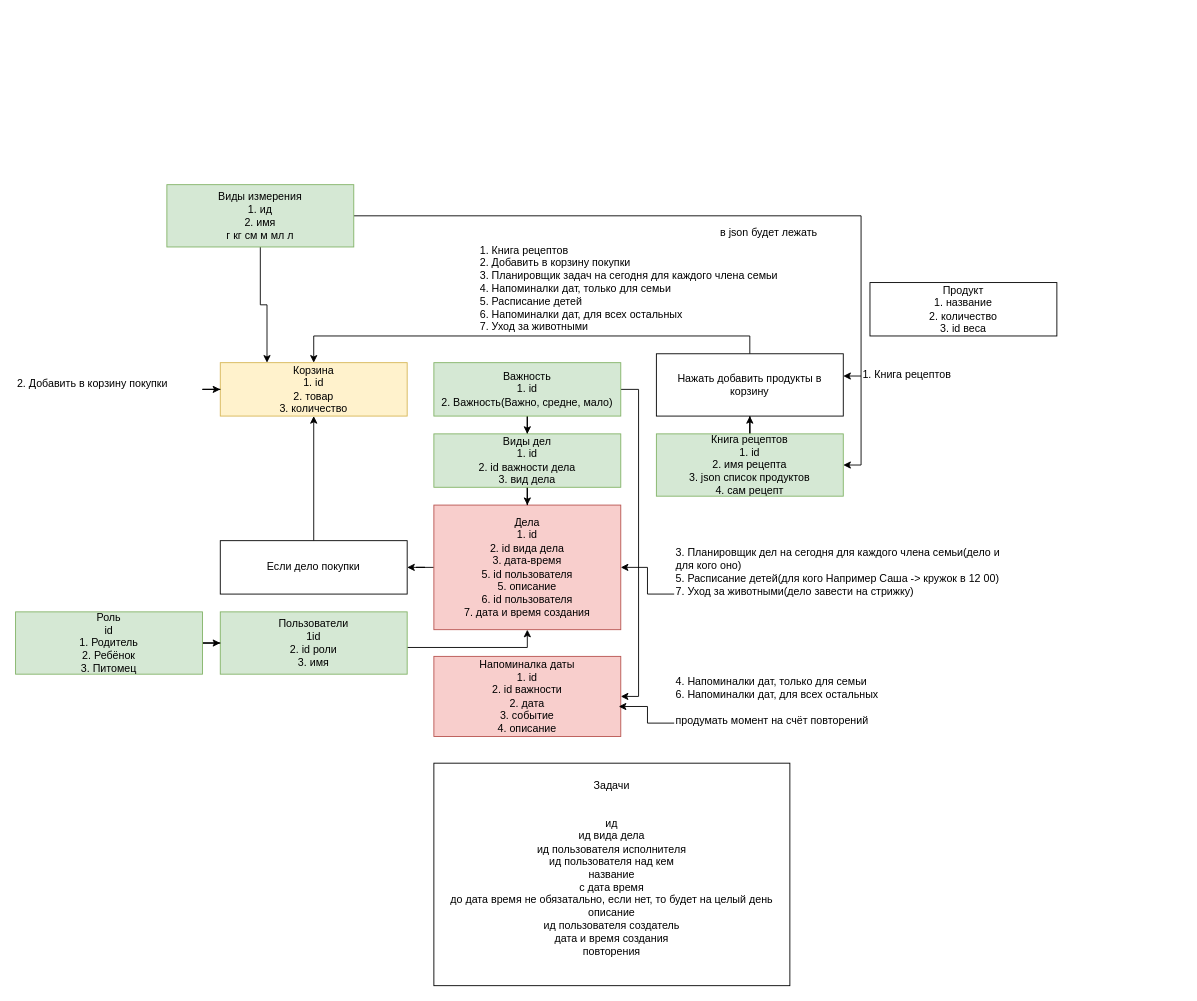
This is src/main/resources/temp/бд дп.drawio from ilya-figa/FamilyAssistantRest, a draw.io file, before an edit. Source tidied: cells renumbered, new cells numbered last; positions are measured from the earlier drawing's top-left corner, leaving out a move shared by most shapes. Both pictures are drawn from the tidied source at 89%, with x=0, y=0 at pixel (15, 184).
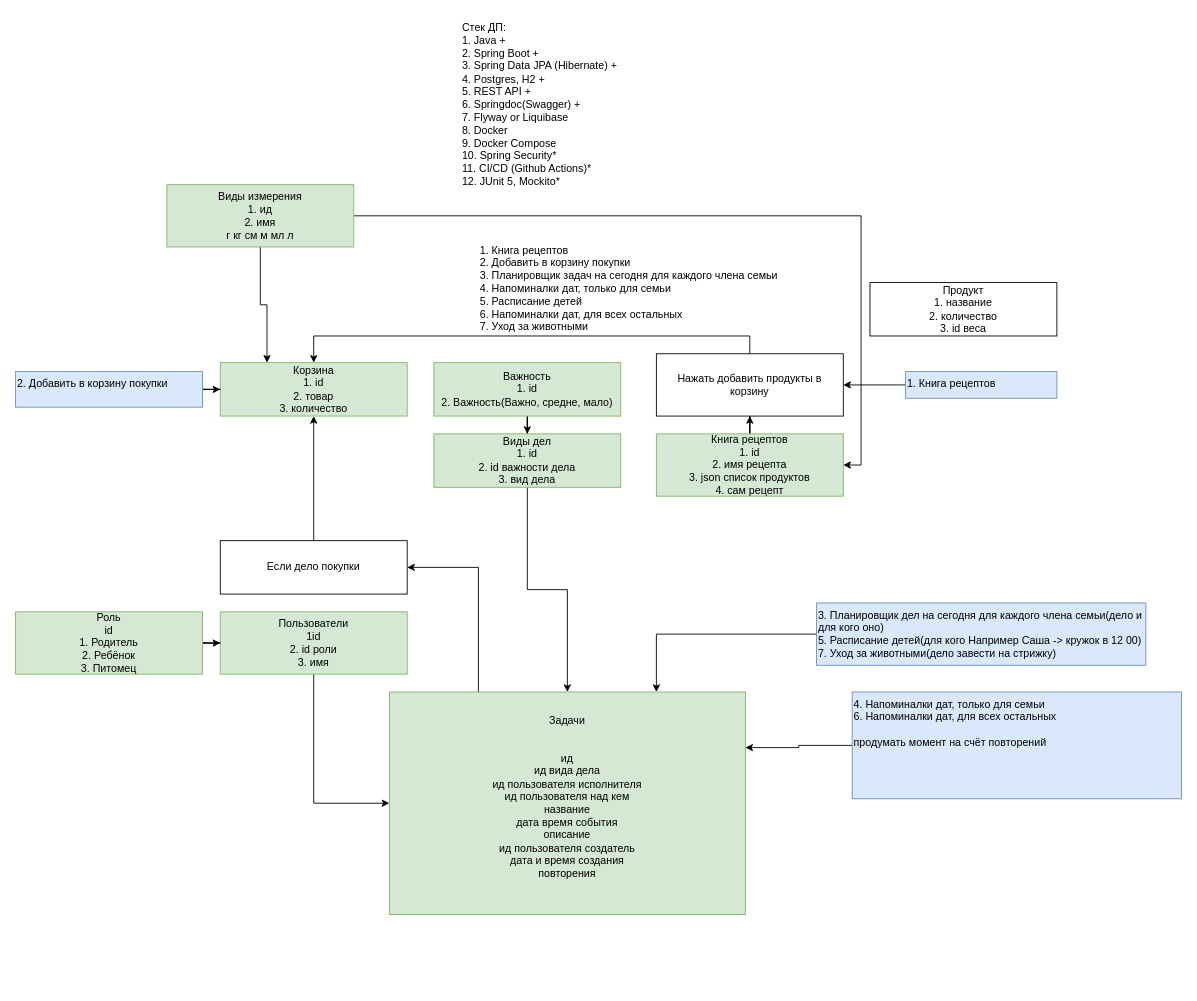
The same page after the edit.

The change refers to these unchanged cells:
```xml
<mxCell id="6" value="Важность&lt;div&gt;1. id&lt;br&gt;2. Важность(Важно, средне, мало)&lt;/div&gt;" style="rounded=0;whiteSpace=wrap;html=1;fillColor=#d5e8d4;strokeColor=#82b366;" parent="1" vertex="1">
  <mxGeometry x="470" y="200" width="210" height="60" as="geometry" />
</mxCell>
<mxCell id="8" value="Виды дел&lt;div&gt;1. id&lt;/div&gt;&lt;div&gt;2. id важности дела&lt;/div&gt;&lt;div&gt;3. вид дела&lt;/div&gt;" style="rounded=0;whiteSpace=wrap;html=1;fillColor=#d5e8d4;strokeColor=#82b366;" parent="1" vertex="1">
  <mxGeometry x="470" y="280" width="210" height="60" as="geometry" />
</mxCell>
<mxCell id="14" value="Если дело покупки" style="rounded=0;whiteSpace=wrap;html=1;" parent="1" vertex="1">
  <mxGeometry x="230" y="400" width="210" height="60" as="geometry" />
</mxCell>
<mxCell id="27" value="Пользователи&lt;div&gt;1id&lt;/div&gt;&lt;div&gt;2. id роли&lt;br&gt;3. имя&lt;/div&gt;" style="rounded=0;whiteSpace=wrap;html=1;fillColor=#d5e8d4;strokeColor=#82b366;" parent="1" vertex="1">
  <mxGeometry x="230" y="480" width="210" height="70" as="geometry" />
</mxCell>
```

Diff of the diagram source:
```diff
@@
-    <mxCell id="2" style="edgeStyle=orthogonalEdgeStyle;rounded=0;jettySize=auto;html=1;entryX=1;entryY=0.5;entryDx=0;entryDy=0;" parent="1" edge="1" source="3" target="14">
+    <mxCell id="2" style="edgeStyle=orthogonalEdgeStyle;rounded=0;jettySize=auto;html=1;entryX=1;entryY=0.5;entryDx=0;entryDy=0;exitX=0.25;exitY=0;exitDx=0;exitDy=0;" parent="1" edge="1" source="35" target="14">
       <mxGeometry relative="1" as="geometry" />
     </mxCell>
-    <mxCell id="3" value="Дела&lt;div&gt;1. id&lt;/div&gt;&lt;div&gt;2. id вида дела&lt;/div&gt;&lt;div&gt;3. дата-время&lt;/div&gt;&lt;div&gt;5. id пользователя&lt;/div&gt;&lt;div&gt;5. описание&lt;/div&gt;&lt;div&gt;6. id пользователя&lt;/div&gt;&lt;div&gt;7. дата и время создания&lt;/div&gt;" style="rounded=0;whiteSpace=wrap;html=1;fillColor=#f8cecc;strokeColor=#b85450;" parent="1" vertex="1">
-      <mxGeometry x="470" y="360" width="210" height="140" as="geometry" />
-    </mxCell>
@@
-    <mxCell id="5" style="edgeStyle=orthogonalEdgeStyle;rounded=0;jettySize=auto;html=1;entryX=1;entryY=0.5;entryDx=0;entryDy=0;" parent="1" edge="1" source="6" target="17">
-      <mxGeometry relative="1" as="geometry">
-        <Array as="points">
-          <mxPoint x="700" y="230" />
-          <mxPoint x="700" y="575" />
-        </Array>
-      </mxGeometry>
-    </mxCell>
@@
-    <mxCell id="7" style="edgeStyle=orthogonalEdgeStyle;rounded=0;jettySize=auto;html=1;entryX=0.5;entryY=0;entryDx=0;entryDy=0;" parent="1" edge="1" source="8" target="3">
+    <mxCell id="7" style="edgeStyle=orthogonalEdgeStyle;rounded=0;jettySize=auto;html=1;" parent="1" edge="1" source="8" target="35">
       <mxGeometry relative="1" as="geometry" />
     </mxCell>
@@
-    <mxCell id="9" value="1. Книга рецептов&#10;2. Добавить в корзину покупки&#10;3. Планировщик задач на сегодня для каждого члена семьи&#10;4. Напоминалки дат, только для семьи&#10;5. Расписание детей&#10;6. Напоминалки дат, для всех остальных&#10;7. Уход за животными" style="text;whiteSpace=wrap;" parent="1" vertex="1">
+    <mxCell id="9" value="1. Книга рецептов&#10;2. Добавить в корзину покупки&#10;3. Планировщик задач на сегодня для каждого члена семьи&#10;4. Напоминалки дат, только для семьи&#10;5. Расписание детей&#10;6. Напоминалки дат, для всех остальных&#10;7. Уход за животными" style="text;whiteSpace=wrap;labelBackgroundColor=none;fontColor=light-dark(#000000,#EDEDED);" parent="1" vertex="1">
       <mxGeometry x="520" y="60" width="370" height="120" as="geometry" />
     </mxCell>
@@
-    <mxCell id="12" value="Корзина&lt;div&gt;1. id&lt;/div&gt;&lt;div&gt;2. товар&lt;/div&gt;&lt;div&gt;3. количество&lt;/div&gt;" style="rounded=0;whiteSpace=wrap;html=1;fillColor=#fff2cc;strokeColor=#d6b656;" parent="1" vertex="1">
+    <mxCell id="12" value="Корзина&lt;div&gt;1. id&lt;/div&gt;&lt;div&gt;2. товар&lt;/div&gt;&lt;div&gt;3. количество&lt;/div&gt;" style="rounded=0;whiteSpace=wrap;html=1;fillColor=#d5e8d4;strokeColor=#82b366;" parent="1" vertex="1">
       <mxGeometry x="230" y="200" width="210" height="60" as="geometry" />
     </mxCell>
@@
-    <mxCell id="17" value="Напоминалка даты&lt;br&gt;1. id&lt;div&gt;2. id важности&lt;/div&gt;&lt;div&gt;&lt;div&gt;2. дата&lt;/div&gt;&lt;div&gt;3. событие&lt;/div&gt;&lt;div&gt;4. описание&lt;/div&gt;&lt;/div&gt;" style="rounded=0;whiteSpace=wrap;html=1;fillColor=#f8cecc;strokeColor=#b85450;" parent="1" vertex="1">
-      <mxGeometry x="470" y="530" width="210" height="90" as="geometry" />
-    </mxCell>
-    <mxCell id="18" style="edgeStyle=orthogonalEdgeStyle;rounded=0;jettySize=auto;html=1;entryX=1;entryY=0.5;entryDx=0;entryDy=0;" parent="1" edge="1" source="19" target="3">
-      <mxGeometry relative="1" as="geometry" />
-    </mxCell>
+    <mxCell id="36" style="edgeStyle=orthogonalEdgeStyle;rounded=0;jettySize=auto;html=1;entryX=0.75;entryY=0;entryDx=0;entryDy=0;" parent="1" edge="1" source="19" target="35">
+      <mxGeometry relative="1" as="geometry" />
+    </mxCell>
-    <mxCell id="19" value="3. Планировщик дел на сегодня для каждого члена семьи(дело и для кого оно)&#10;5. Расписание детей(для кого Например Саша -&gt; кружок в 12 00)&#10;7. Уход за животными(дело завести на стрижку)" style="text;whiteSpace=wrap;" parent="1" vertex="1">
-      <mxGeometry x="740" y="400" width="370" height="120" as="geometry" />
+    <mxCell id="19" value="3. Планировщик дел на сегодня для каждого члена семьи(дело и для кого оно)&#10;5. Расписание детей(для кого Например Саша -&gt; кружок в 12 00)&#10;7. Уход за животными(дело завести на стрижку)" style="text;whiteSpace=wrap;fillColor=#dae8fc;strokeColor=#6c8ebf;" parent="1" vertex="1">
+      <mxGeometry x="900" y="470" width="370" height="70" as="geometry" />
     </mxCell>
+    <mxCell id="37" style="edgeStyle=orthogonalEdgeStyle;rounded=0;jettySize=auto;html=1;entryX=1;entryY=0.25;entryDx=0;entryDy=0;" parent="1" edge="1" source="20" target="35">
+      <mxGeometry relative="1" as="geometry" />
+    </mxCell>
-    <mxCell id="20" value="4. Напоминалки дат, только для семьи&#10;6. Напоминалки дат, для всех остальных&#10;&#10;продумать момент на счёт повторений" style="text;whiteSpace=wrap;" parent="1" vertex="1">
-      <mxGeometry x="740" y="545" width="370" height="120" as="geometry" />
+    <mxCell id="20" value="4. Напоминалки дат, только для семьи&#10;6. Напоминалки дат, для всех остальных&#10;&#10;продумать момент на счёт повторений" style="text;whiteSpace=wrap;fillColor=#dae8fc;strokeColor=#6c8ebf;" parent="1" vertex="1">
+      <mxGeometry x="940" y="570" width="370" height="120" as="geometry" />
     </mxCell>
-    <mxCell id="21" style="edgeStyle=orthogonalEdgeStyle;rounded=0;jettySize=auto;html=1;entryX=0.989;entryY=0.626;entryDx=0;entryDy=0;entryPerimeter=0;" parent="1" edge="1" source="20" target="17">
-      <mxGeometry relative="1" as="geometry" />
-    </mxCell>
@@
-    <mxCell id="23" value="2. Добавить в корзину покупки" style="text;whiteSpace=wrap;" parent="1" vertex="1">
+    <mxCell id="23" value="2. Добавить в корзину покупки" style="text;whiteSpace=wrap;labelBackgroundColor=none;fillColor=#dae8fc;strokeColor=#6c8ebf;" parent="1" vertex="1">
       <mxGeometry y="210" width="210" height="40" as="geometry" />
     </mxCell>
@@
-    <mxCell id="25" value="1. Книга рецептов" style="text;whiteSpace=wrap;" parent="1" vertex="1">
-      <mxGeometry x="950" y="200" width="170" height="30" as="geometry" />
+    <mxCell id="25" value="1. Книга рецептов" style="text;whiteSpace=wrap;labelBackgroundColor=none;fillColor=#dae8fc;strokeColor=#6c8ebf;" parent="1" vertex="1">
+      <mxGeometry x="1000" y="210" width="170" height="30" as="geometry" />
     </mxCell>
-    <mxCell id="26" style="edgeStyle=orthogonalEdgeStyle;rounded=0;jettySize=auto;html=1;entryX=0.5;entryY=1;entryDx=0;entryDy=0;" parent="1" edge="1" source="27" target="3">
-      <mxGeometry relative="1" as="geometry">
-        <Array as="points">
-          <mxPoint x="575" y="520" />
-        </Array>
-      </mxGeometry>
-    </mxCell>
+    <mxCell id="38" style="edgeStyle=orthogonalEdgeStyle;rounded=0;jettySize=auto;html=1;entryX=0;entryY=0.5;entryDx=0;entryDy=0;" parent="1" edge="1" source="27" target="35">
+      <mxGeometry relative="1" as="geometry" />
+    </mxCell>
@@
-    <mxCell id="33" value="в json будет лежать&#10;" style="text;whiteSpace=wrap;" parent="1" vertex="1">
-      <mxGeometry x="790" y="40" width="170" height="30" as="geometry" />
-    </mxCell>
@@
-    <mxCell id="35" value="Задачи&lt;div&gt;&lt;br&gt;&lt;/div&gt;&lt;div&gt;&lt;br&gt;ид&lt;br&gt;ид вида дела&lt;div&gt;ид пользователя исполнителя&lt;/div&gt;&lt;div&gt;ид пользователя над кем&lt;/div&gt;&lt;div&gt;название&lt;/div&gt;&lt;div&gt;&lt;div&gt;с дата время&lt;/div&gt;&lt;div&gt;до дата время не обязатально, если нет, то будет на целый день&lt;/div&gt;&lt;/div&gt;&lt;div&gt;описание&lt;/div&gt;&lt;div&gt;ид пользователя создатель&lt;/div&gt;&lt;div&gt;дата и время создания&lt;/div&gt;&lt;div&gt;повторения&lt;/div&gt;&lt;div&gt;&lt;br&gt;&lt;/div&gt;&lt;/div&gt;" style="rounded=0;whiteSpace=wrap;html=1;" parent="1" vertex="1">
-      <mxGeometry x="470" y="650" width="400" height="250" as="geometry" />
+    <mxCell id="35" value="Задачи&lt;div&gt;&lt;br&gt;&lt;/div&gt;&lt;div&gt;&lt;br&gt;ид&lt;br&gt;ид вида дела&lt;div&gt;ид пользователя исполнителя&lt;/div&gt;&lt;div&gt;ид пользователя над кем&lt;/div&gt;&lt;div&gt;название&lt;/div&gt;&lt;div&gt;дата время события&lt;/div&gt;&lt;div&gt;описание&lt;/div&gt;&lt;div&gt;ид пользователя создатель&lt;/div&gt;&lt;div&gt;дата и время создания&lt;/div&gt;&lt;div&gt;повторения&lt;/div&gt;&lt;div&gt;&lt;br&gt;&lt;/div&gt;&lt;/div&gt;" style="rounded=0;whiteSpace=wrap;html=1;fillColor=#d5e8d4;strokeColor=#82b366;" parent="1" vertex="1">
+      <mxGeometry x="420" y="570" width="400" height="250" as="geometry" />
     </mxCell>
+    <mxCell id="39" value="Стек ДП:&#10;1. Java +&#10;2. Spring Boot +&#10;3. Spring Data JPA (Hibernate) +&#10;4. Postgres, H2 +&#10;5. REST API +&#10;6. Springdoc(Swagger) +&#10;7. Flyway or Liquibase&#10;8. Docker&#10;9. Docker Compose&#10;10. Spring Security*&#10;11. CI/CD (Github Actions)*&#10;12. JUnit 5, Mockito*" style="text;whiteSpace=wrap;" parent="1" vertex="1">
+      <mxGeometry x="500" y="-190" width="200" height="210" as="geometry" />
+    </mxCell>
```
